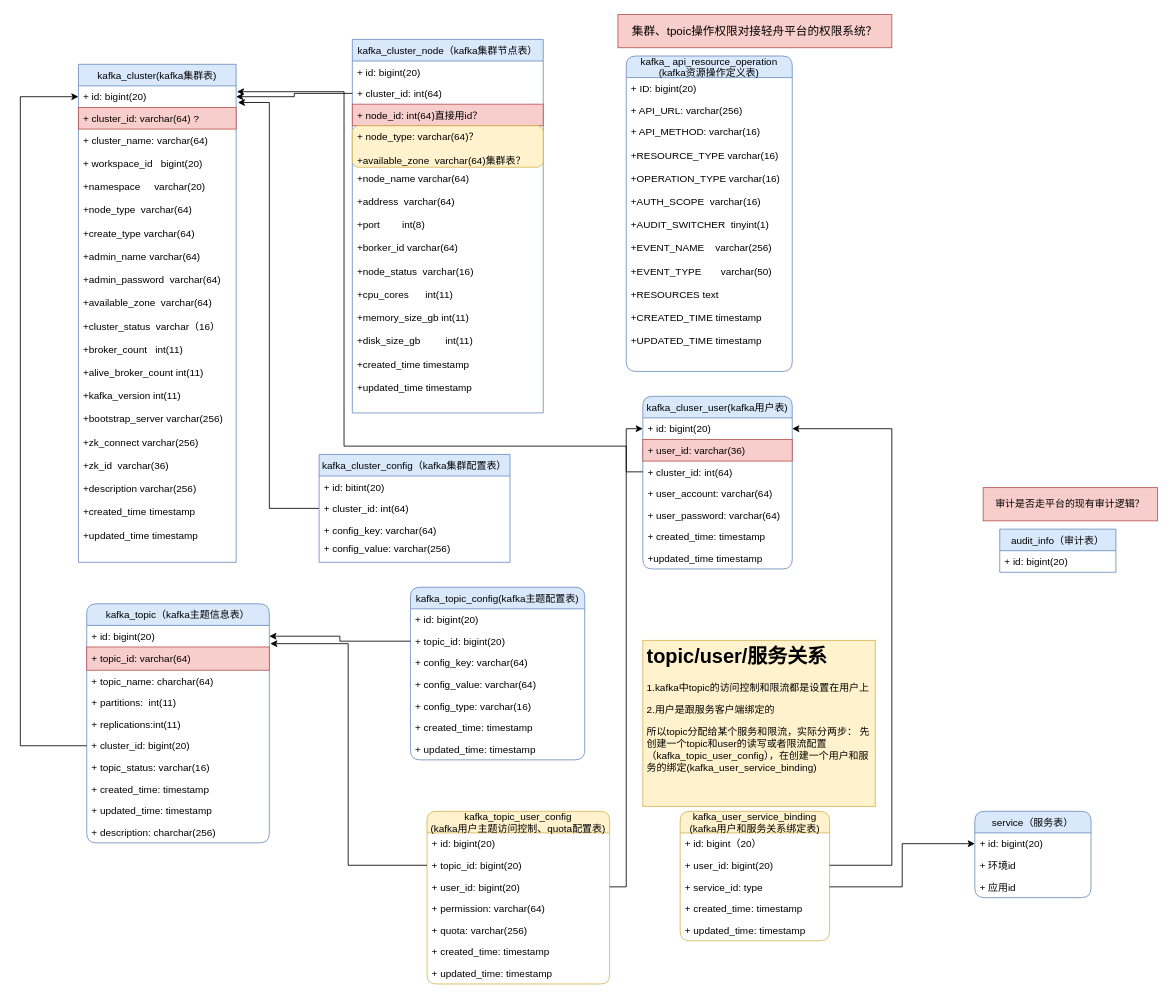
Before: kafka_db.drawio in zzl-code/drawImg, a draw.io diagram. Source tidied: cells renumbered, new cells numbered last; positions are measured from the earlier drawing's top-left corner, leaving out a move shared by most shapes. Both pictures are drawn from the tidied source at 83%, with x=0, y=0 at pixel (20, 14).
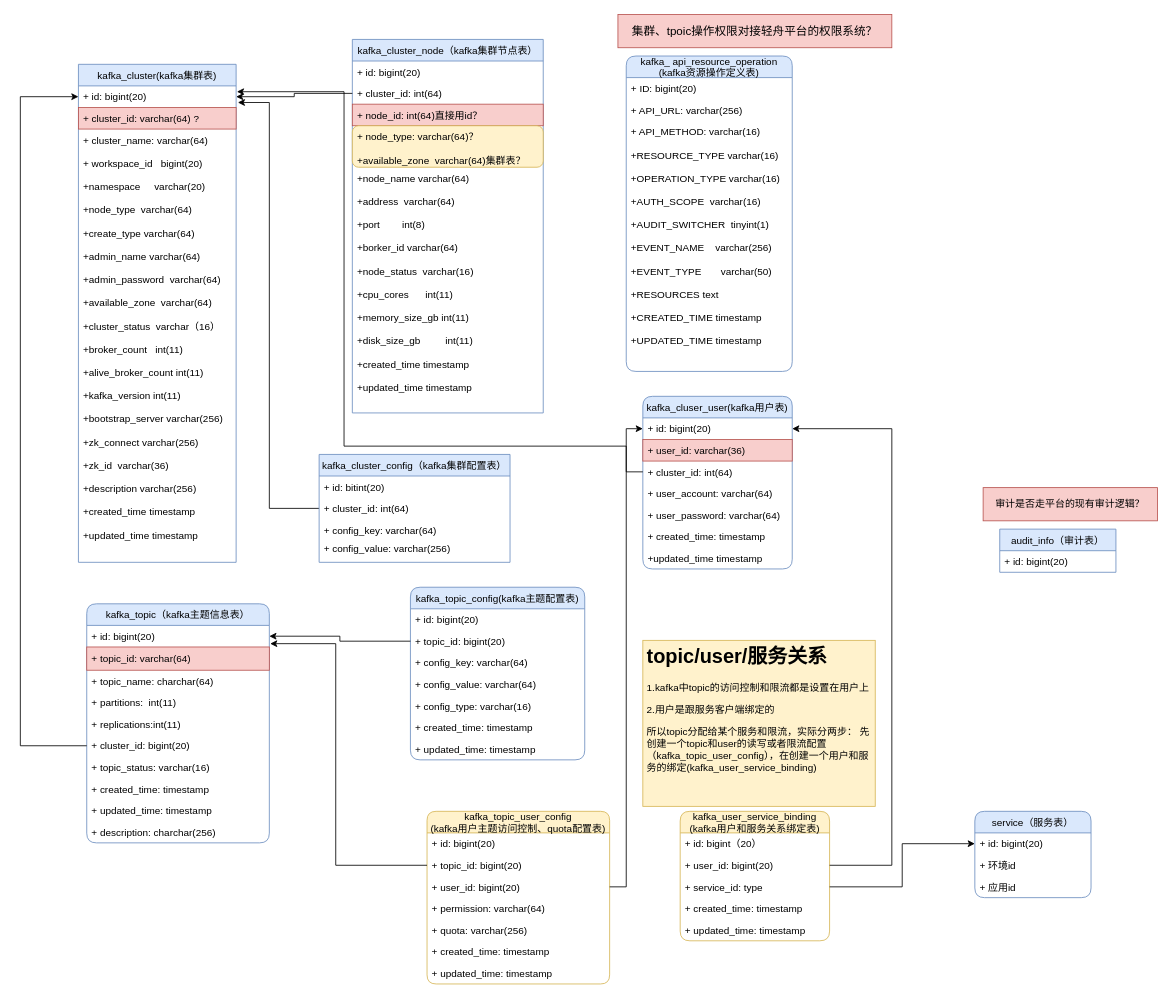
Above is the later version.

The change refers to these unchanged cells:
```xml
<mxCell id="33" value="+ id: bigint(20)" style="text;strokeColor=none;fillColor=none;align=left;verticalAlign=top;spacingLeft=4;spacingRight=4;overflow=hidden;points=[[0,0.5],[1,0.5]];portConstraint=eastwest;" parent="32" vertex="1">
  <mxGeometry y="26" width="220" height="26" as="geometry" />
</mxCell>
<mxCell id="56" value="+ topic_id: bigint(20)" style="text;strokeColor=none;fillColor=none;align=left;verticalAlign=top;spacingLeft=4;spacingRight=4;overflow=hidden;points=[[0,0.5],[1,0.5]];portConstraint=eastwest;" parent="54" vertex="1">
  <mxGeometry y="52" width="220" height="26" as="geometry" />
</mxCell>
```

The edit, as a diff of the source:
```diff
@@
-    <mxCell id="62" style="edgeStyle=orthogonalEdgeStyle;rounded=0;jettySize=auto;html=1;exitX=0;exitY=0.5;exitDx=0;exitDy=0;entryX=1.005;entryY=0.846;entryDx=0;entryDy=0;entryPerimeter=0;fontColor=#000000;" parent="1" edge="1" source="56" target="33">
-      <mxGeometry relative="1" as="geometry" />
+    <mxCell id="62" style="edgeStyle=orthogonalEdgeStyle;rounded=0;jettySize=auto;html=1;exitX=0;exitY=0.5;exitDx=0;exitDy=0;fontColor=#000000;" parent="1" edge="1" source="56">
+      <mxGeometry relative="1" as="geometry">
+        <mxPoint x="301" y="758" as="targetPoint" />
+        <Array as="points">
+          <mxPoint x="380" y="1025" />
+          <mxPoint x="380" y="758" />
+        </Array>
+      </mxGeometry>
     </mxCell>
```
